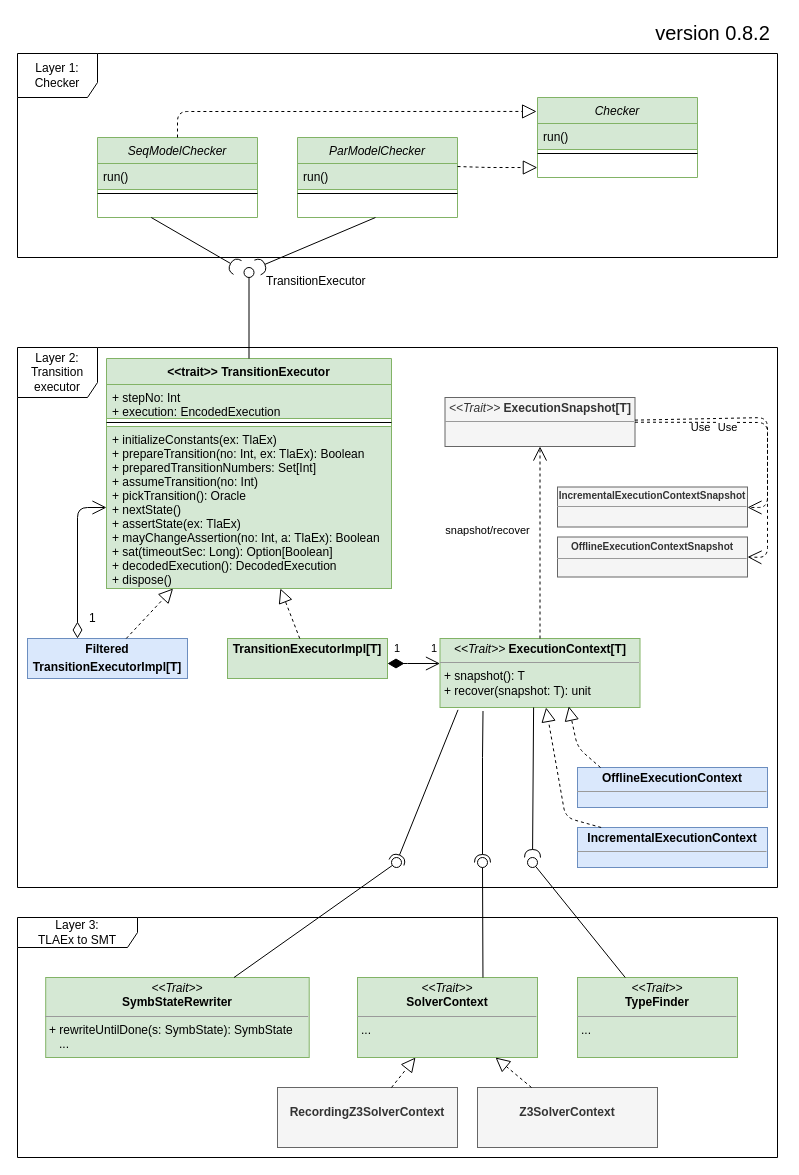
Above: page "Classes" (1 of 4) of docs/internal/adr/trex-arch.drawio in apalache-mc/apalache (draw.io), before the change. Source tidied: cells renumbered, new cells numbered last; positions are measured from the earlier drawing's top-left corner, leaving out a move shared by most shapes. Both pictures are drawn from the tidied source at 100%, with x=0, y=0 at pixel (17, 17).
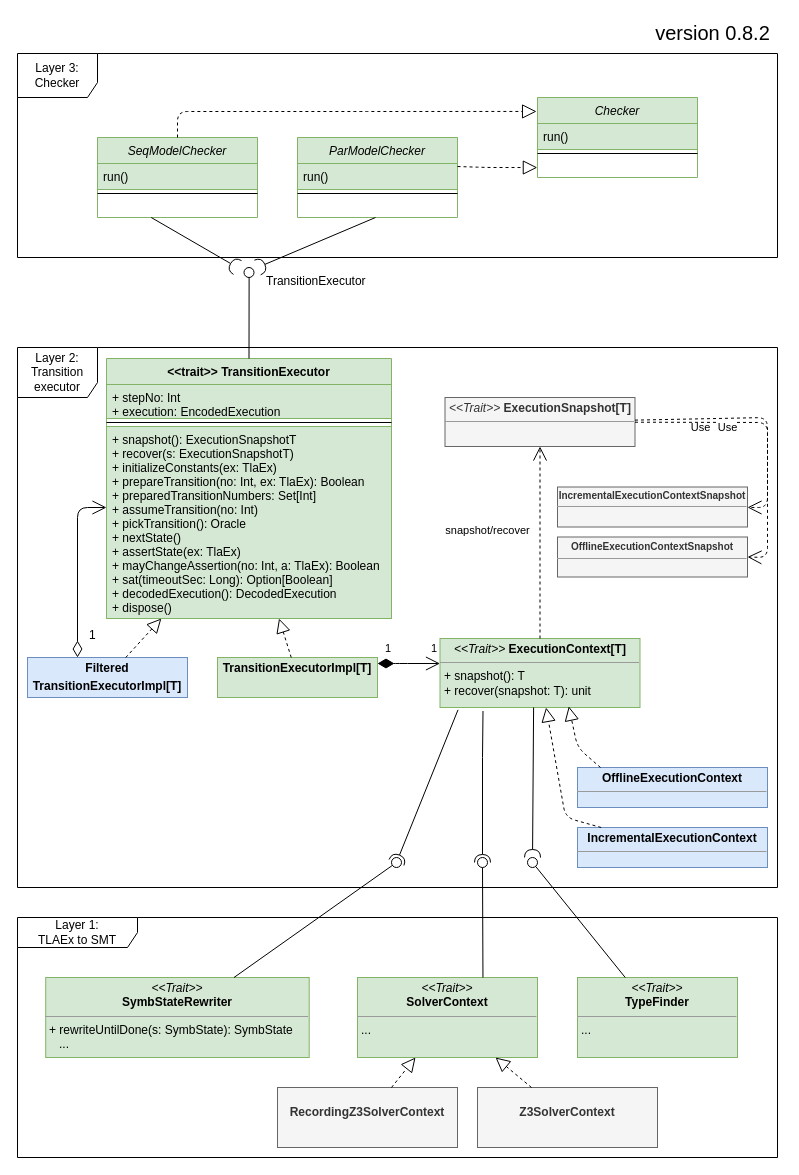
Above is the later version.

The edit, as a diff of the source:
```diff
@@
-    <mxCell id="13" value="Layer 1:&lt;br&gt;Checker" style="shape=umlFrame;whiteSpace=wrap;html=1;width=80;height=44;" parent="1" vertex="1">
+    <mxCell id="13" value="Layer 3:&lt;br&gt;Checker" style="shape=umlFrame;whiteSpace=wrap;html=1;width=80;height=44;" parent="1" vertex="1">
       <mxGeometry y="36" width="760" height="204" as="geometry" />
     </mxCell>
@@
     <mxCell id="15" value="&lt;&lt;trait&gt;&gt; TransitionExecutor" style="swimlane;fontStyle=1;align=center;verticalAlign=top;horizontal=1;startSize=26;fillColor=#d5e8d4;strokeColor=#82b366;" parent="1" vertex="1">
-      <mxGeometry x="89" y="341" width="285" height="230" as="geometry" />
+      <mxGeometry x="89" y="341" width="285" height="260" as="geometry" />
     </mxCell>
@@
-    <mxCell id="18" value="+ initializeConstants(ex: TlaEx)&#10;+ prepareTransition(no: Int, ex: TlaEx): Boolean&#10;+ preparedTransitionNumbers: Set[Int]&#10;+ assumeTransition(no: Int)&#10;+ pickTransition(): Oracle&#10;+ nextState()&#10;+ assertState(ex: TlaEx)&#10;+ mayChangeAssertion(no: Int, a: TlaEx): Boolean&#10;+ sat(timeoutSec: Long): Option[Boolean]&#10;+ decodedExecution(): DecodedExecution&#10;+ dispose()" style="text;strokeColor=#82b366;fillColor=#d5e8d4;align=left;verticalAlign=top;spacingLeft=4;spacingRight=4;overflow=hidden;points=[[0,0.5],[1,0.5]];portConstraint=eastwest;" parent="15" vertex="1">
-      <mxGeometry y="68" width="285" height="162" as="geometry" />
+    <mxCell id="18" value="+ snapshot(): ExecutionSnapshotT&#10;+ recover(s: ExecutionSnapshotT)&#10;+ initializeConstants(ex: TlaEx)&#10;+ prepareTransition(no: Int, ex: TlaEx): Boolean&#10;+ preparedTransitionNumbers: Set[Int]&#10;+ assumeTransition(no: Int)&#10;+ pickTransition(): Oracle&#10;+ nextState()&#10;+ assertState(ex: TlaEx)&#10;+ mayChangeAssertion(no: Int, a: TlaEx): Boolean&#10;+ sat(timeoutSec: Long): Option[Boolean]&#10;+ decodedExecution(): DecodedExecution&#10;+ dispose()" style="text;strokeColor=#82b366;fillColor=#d5e8d4;align=left;verticalAlign=top;spacingLeft=4;spacingRight=4;overflow=hidden;points=[[0,0.5],[1,0.5]];portConstraint=eastwest;" parent="15" vertex="1">
+      <mxGeometry y="68" width="285" height="192" as="geometry" />
     </mxCell>
@@
     <mxCell id="26" value="&lt;p style=&quot;margin: 0px ; margin-top: 4px ; text-align: center&quot;&gt;&lt;b&gt;TransitionExecutorImpl[T]&lt;/b&gt;&lt;/p&gt;" style="verticalAlign=top;align=left;overflow=fill;fontSize=12;fontFamily=Helvetica;html=1;fillColor=#d5e8d4;strokeColor=#82b366;" parent="1" vertex="1">
-      <mxGeometry x="210" y="621" width="160" height="40" as="geometry" />
+      <mxGeometry x="200" y="640" width="160" height="40" as="geometry" />
     </mxCell>
@@
     <mxCell id="39" value="&lt;p style=&quot;margin: 0px ; margin-top: 4px ; text-align: center&quot;&gt;&lt;b&gt;Filtered&lt;/b&gt;&lt;/p&gt;&lt;p style=&quot;margin: 0px ; margin-top: 4px ; text-align: center&quot;&gt;&lt;b&gt;TransitionExecutorImpl[T]&lt;/b&gt;&lt;/p&gt;" style="verticalAlign=top;align=left;overflow=fill;fontSize=12;fontFamily=Helvetica;html=1;fillColor=#dae8fc;strokeColor=#6c8ebf;" parent="1" vertex="1">
-      <mxGeometry x="10" y="621" width="160" height="40" as="geometry" />
+      <mxGeometry x="10" y="640" width="160" height="40" as="geometry" />
     </mxCell>
@@
-    <mxCell id="58" value="Layer 3:&lt;br&gt;TLAEx to SMT" style="shape=umlFrame;whiteSpace=wrap;html=1;fontSize=12;align=center;width=120;height=30;" parent="1" vertex="1">
+    <mxCell id="58" value="Layer 1:&lt;br&gt;TLAEx to SMT" style="shape=umlFrame;whiteSpace=wrap;html=1;fontSize=12;align=center;width=120;height=30;" parent="1" vertex="1">
       <mxGeometry y="900" width="760" height="240" as="geometry" />
     </mxCell>
```
